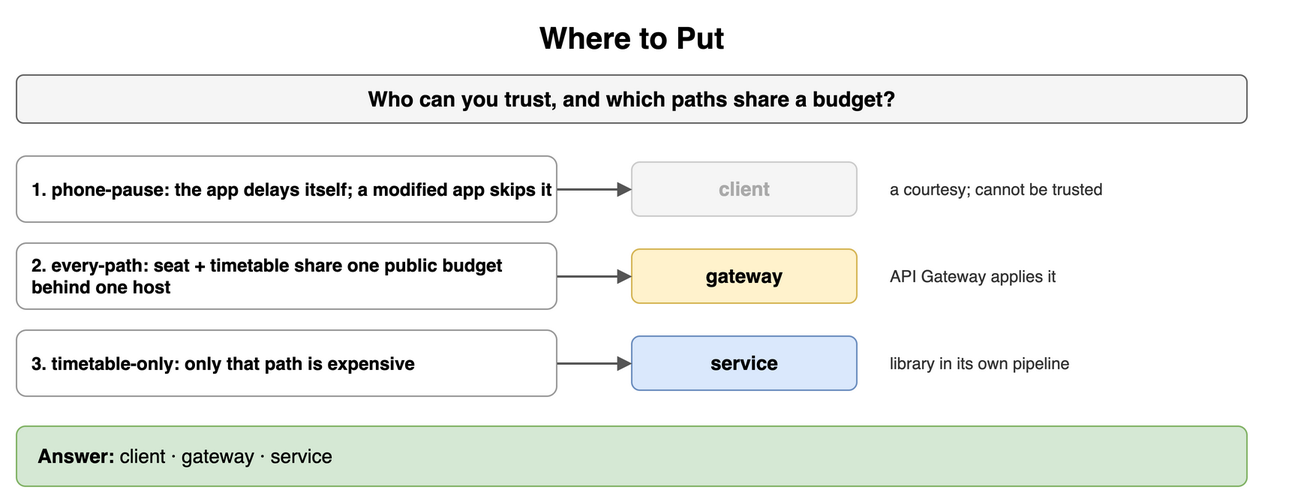
amendez13/swe-study-guide keeps this draw.io diagram as content/09_System_Design_Interview/17_Rate_Limiting_and_Throttling/diagrams/rate-limiting-drills-1-where-to-put.png. Above is the earlier version. Source tidied: cells renumbered, new cells last; positions are measured from the earlier drawing's top-left corner, leaving out a move shared by most shapes. The source it was exported from:
```xml
<mxGraphModel>
  <root>
    <mxCell id="0" />
    <mxCell id="1" parent="0" />
    <mxCell id="2" value="Where to Put" style="text;html=1;align=center;verticalAlign=middle;whiteSpace=wrap;fontSize=20;fontStyle=1;" parent="1" vertex="1">
      <mxGeometry width="820" height="30" as="geometry" />
    </mxCell>
    <mxCell id="3" value="Who can you trust, and which paths share a budget?" style="rounded=1;whiteSpace=wrap;html=1;fillColor=#f5f5f5;strokeColor=#666666;fontStyle=1;fontSize=14;" parent="1" vertex="1">
      <mxGeometry y="40" width="820" height="32" as="geometry" />
    </mxCell>
    <mxCell id="4" value="1. phone-pause: the app delays itself; a modified app skips it" style="rounded=1;whiteSpace=wrap;html=1;fillColor=#ffffff;strokeColor=#999999;fontSize=12;align=left;fontStyle=1;spacingLeft=8;" parent="1" vertex="1">
      <mxGeometry y="94" width="360" height="44" as="geometry" />
    </mxCell>
    <mxCell id="5" value="client" style="rounded=1;whiteSpace=wrap;html=1;fillColor=#f5f5f5;strokeColor=#cccccc;fontSize=13;align=center;fontStyle=1;fontColor=#aaaaaa;" parent="1" vertex="1">
      <mxGeometry x="410" y="98" width="150" height="36" as="geometry" />
    </mxCell>
    <mxCell id="6" style="endArrow=block;endSize=6;html=1;strokeWidth=1.5;strokeColor=#555555;fontSize=11;labelBackgroundColor=#ffffff;" parent="1" edge="1" source="4" target="5">
      <mxGeometry relative="1" as="geometry" />
    </mxCell>
    <mxCell id="7" value="a courtesy; cannot be trusted" style="text;html=1;whiteSpace=wrap;fontSize=11;align=left;verticalAlign=middle;fontSize=11;fontColor=#333333;" parent="1" vertex="1">
      <mxGeometry x="580" y="94" width="280" height="44" as="geometry" />
    </mxCell>
    <mxCell id="8" value="2. every-path: seat + timetable share one public budget behind one host" style="rounded=1;whiteSpace=wrap;html=1;fillColor=#ffffff;strokeColor=#999999;fontSize=12;align=left;fontStyle=1;spacingLeft=8;" parent="1" vertex="1">
      <mxGeometry y="152" width="360" height="44" as="geometry" />
    </mxCell>
    <mxCell id="9" value="gateway" style="rounded=1;whiteSpace=wrap;html=1;fillColor=#fff2cc;strokeColor=#d6b656;fontSize=13;align=center;fontStyle=1;" parent="1" vertex="1">
      <mxGeometry x="410" y="156" width="150" height="36" as="geometry" />
    </mxCell>
    <mxCell id="10" style="endArrow=block;endSize=6;html=1;strokeWidth=1.5;strokeColor=#555555;fontSize=11;labelBackgroundColor=#ffffff;" parent="1" edge="1" source="8" target="9">
      <mxGeometry relative="1" as="geometry" />
    </mxCell>
    <mxCell id="11" value="API Gateway applies it" style="text;html=1;whiteSpace=wrap;fontSize=11;align=left;verticalAlign=middle;fontSize=11;fontColor=#333333;" parent="1" vertex="1">
      <mxGeometry x="580" y="152" width="280" height="44" as="geometry" />
    </mxCell>
    <mxCell id="12" value="3. timetable-only: only that path is expensive" style="rounded=1;whiteSpace=wrap;html=1;fillColor=#ffffff;strokeColor=#999999;fontSize=12;align=left;fontStyle=1;spacingLeft=8;" parent="1" vertex="1">
      <mxGeometry y="210" width="360" height="44" as="geometry" />
    </mxCell>
    <mxCell id="13" value="service" style="rounded=1;whiteSpace=wrap;html=1;fillColor=#dae8fc;strokeColor=#6c8ebf;fontSize=13;align=center;fontStyle=1;" parent="1" vertex="1">
      <mxGeometry x="410" y="214" width="150" height="36" as="geometry" />
    </mxCell>
    <mxCell id="14" style="endArrow=block;endSize=6;html=1;strokeWidth=1.5;strokeColor=#555555;fontSize=11;labelBackgroundColor=#ffffff;" parent="1" edge="1" source="12" target="13">
      <mxGeometry relative="1" as="geometry" />
    </mxCell>
    <mxCell id="15" value="library in its own pipeline" style="text;html=1;whiteSpace=wrap;fontSize=11;align=left;verticalAlign=middle;fontSize=11;fontColor=#333333;" parent="1" vertex="1">
      <mxGeometry x="580" y="210" width="280" height="44" as="geometry" />
    </mxCell>
    <mxCell id="16" value="&lt;b&gt;Answer:&lt;/b&gt; client · gateway · service" style="rounded=1;whiteSpace=wrap;html=1;fillColor=#d5e8d4;strokeColor=#82b366;fontSize=13;align=left;spacingLeft=12;" parent="1" vertex="1">
      <mxGeometry y="274" width="820" height="40" as="geometry" />
    </mxCell>
  </root>
</mxGraphModel>
```
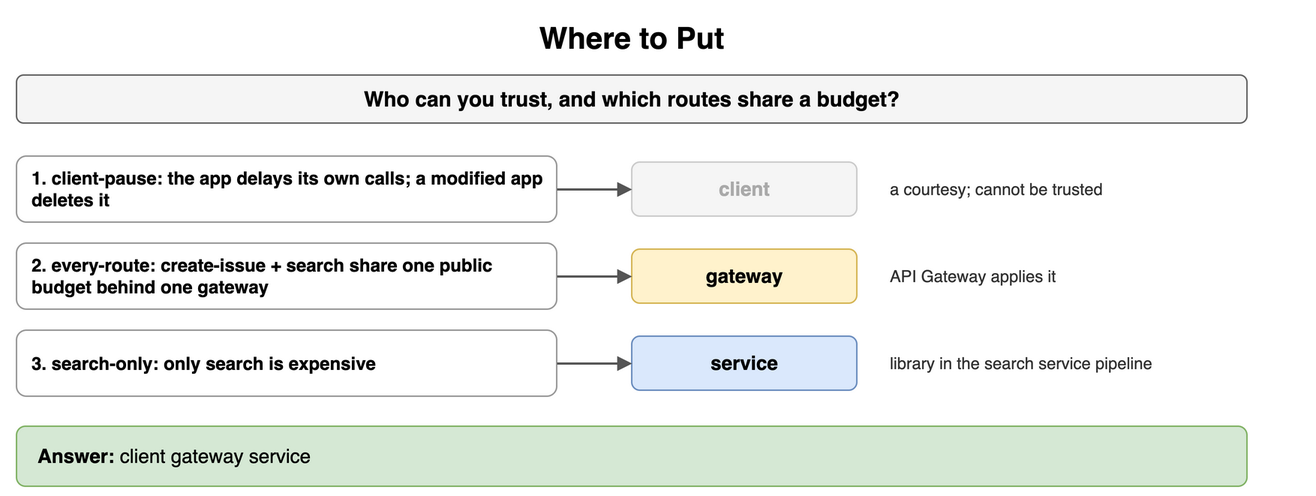
Above is the later version.

What changed in the source:
```diff
@@ -5,10 +5,10 @@
     <mxCell id="2" value="Where to Put" style="text;html=1;align=center;verticalAlign=middle;whiteSpace=wrap;fontSize=20;fontStyle=1;" parent="1" vertex="1">
       <mxGeometry width="820" height="30" as="geometry" />
     </mxCell>
-    <mxCell id="3" value="Who can you trust, and which paths share a budget?" style="rounded=1;whiteSpace=wrap;html=1;fillColor=#f5f5f5;strokeColor=#666666;fontStyle=1;fontSize=14;" parent="1" vertex="1">
+    <mxCell id="3" value="Who can you trust, and which routes share a budget?" style="rounded=1;whiteSpace=wrap;html=1;fillColor=#f5f5f5;strokeColor=#666666;fontStyle=1;fontSize=14;" parent="1" vertex="1">
       <mxGeometry y="40" width="820" height="32" as="geometry" />
     </mxCell>
-    <mxCell id="4" value="1. phone-pause: the app delays itself; a modified app skips it" style="rounded=1;whiteSpace=wrap;html=1;fillColor=#ffffff;strokeColor=#999999;fontSize=12;align=left;fontStyle=1;spacingLeft=8;" parent="1" vertex="1">
+    <mxCell id="4" value="1. client-pause: the app delays its own calls; a modified app deletes it" style="rounded=1;whiteSpace=wrap;html=1;fillColor=#ffffff;strokeColor=#999999;fontSize=12;align=left;fontStyle=1;spacingLeft=8;" parent="1" vertex="1">
       <mxGeometry y="94" width="360" height="44" as="geometry" />
     </mxCell>
     <mxCell id="5" value="client" style="rounded=1;whiteSpace=wrap;html=1;fillColor=#f5f5f5;strokeColor=#cccccc;fontSize=13;align=center;fontStyle=1;fontColor=#aaaaaa;" parent="1" vertex="1">
@@ -20,7 +20,7 @@
     <mxCell id="7" value="a courtesy; cannot be trusted" style="text;html=1;whiteSpace=wrap;fontSize=11;align=left;verticalAlign=middle;fontSize=11;fontColor=#333333;" parent="1" vertex="1">
       <mxGeometry x="580" y="94" width="280" height="44" as="geometry" />
     </mxCell>
-    <mxCell id="8" value="2. every-path: seat + timetable share one public budget behind one host" style="rounded=1;whiteSpace=wrap;html=1;fillColor=#ffffff;strokeColor=#999999;fontSize=12;align=left;fontStyle=1;spacingLeft=8;" parent="1" vertex="1">
+    <mxCell id="8" value="2. every-route: create-issue + search share one public budget behind one gateway" style="rounded=1;whiteSpace=wrap;html=1;fillColor=#ffffff;strokeColor=#999999;fontSize=12;align=left;fontStyle=1;spacingLeft=8;" parent="1" vertex="1">
       <mxGeometry y="152" width="360" height="44" as="geometry" />
     </mxCell>
     <mxCell id="9" value="gateway" style="rounded=1;whiteSpace=wrap;html=1;fillColor=#fff2cc;strokeColor=#d6b656;fontSize=13;align=center;fontStyle=1;" parent="1" vertex="1">
@@ -32,7 +32,7 @@
     <mxCell id="11" value="API Gateway applies it" style="text;html=1;whiteSpace=wrap;fontSize=11;align=left;verticalAlign=middle;fontSize=11;fontColor=#333333;" parent="1" vertex="1">
       <mxGeometry x="580" y="152" width="280" height="44" as="geometry" />
     </mxCell>
-    <mxCell id="12" value="3. timetable-only: only that path is expensive" style="rounded=1;whiteSpace=wrap;html=1;fillColor=#ffffff;strokeColor=#999999;fontSize=12;align=left;fontStyle=1;spacingLeft=8;" parent="1" vertex="1">
+    <mxCell id="12" value="3. search-only: only search is expensive" style="rounded=1;whiteSpace=wrap;html=1;fillColor=#ffffff;strokeColor=#999999;fontSize=12;align=left;fontStyle=1;spacingLeft=8;" parent="1" vertex="1">
       <mxGeometry y="210" width="360" height="44" as="geometry" />
     </mxCell>
     <mxCell id="13" value="service" style="rounded=1;whiteSpace=wrap;html=1;fillColor=#dae8fc;strokeColor=#6c8ebf;fontSize=13;align=center;fontStyle=1;" parent="1" vertex="1">
@@ -41,10 +41,10 @@
     <mxCell id="14" style="endArrow=block;endSize=6;html=1;strokeWidth=1.5;strokeColor=#555555;fontSize=11;labelBackgroundColor=#ffffff;" parent="1" edge="1" source="12" target="13">
       <mxGeometry relative="1" as="geometry" />
     </mxCell>
-    <mxCell id="15" value="library in its own pipeline" style="text;html=1;whiteSpace=wrap;fontSize=11;align=left;verticalAlign=middle;fontSize=11;fontColor=#333333;" parent="1" vertex="1">
+    <mxCell id="15" value="library in the search service pipeline" style="text;html=1;whiteSpace=wrap;fontSize=11;align=left;verticalAlign=middle;fontSize=11;fontColor=#333333;" parent="1" vertex="1">
       <mxGeometry x="580" y="210" width="280" height="44" as="geometry" />
     </mxCell>
-    <mxCell id="16" value="&lt;b&gt;Answer:&lt;/b&gt; client · gateway · service" style="rounded=1;whiteSpace=wrap;html=1;fillColor=#d5e8d4;strokeColor=#82b366;fontSize=13;align=left;spacingLeft=12;" parent="1" vertex="1">
+    <mxCell id="16" value="&lt;b&gt;Answer:&lt;/b&gt; client gateway service" style="rounded=1;whiteSpace=wrap;html=1;fillColor=#d5e8d4;strokeColor=#82b366;fontSize=13;align=left;spacingLeft=12;" parent="1" vertex="1">
       <mxGeometry y="274" width="820" height="40" as="geometry" />
     </mxCell>
   </root>
```
